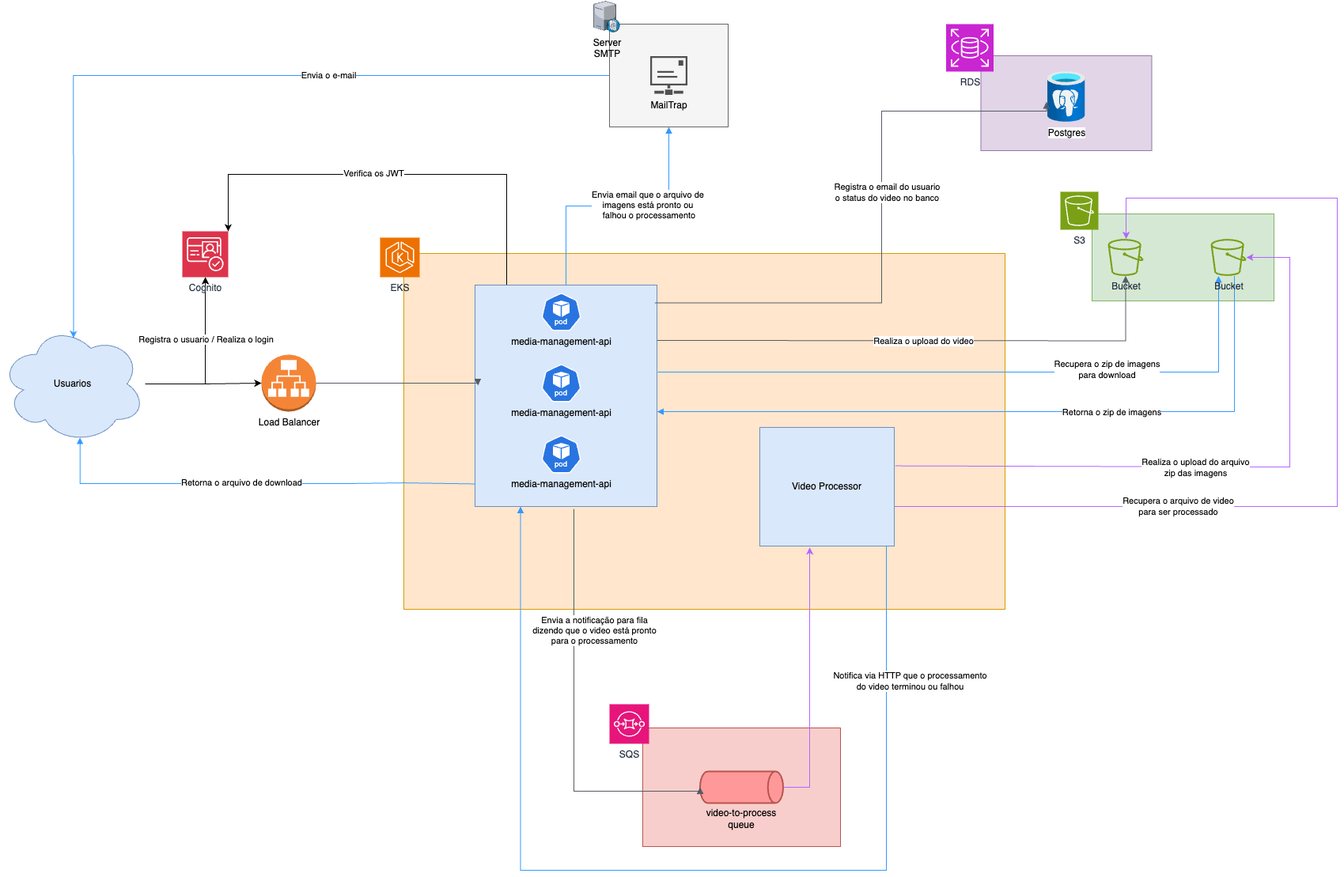
Before: docs/images/arquitetura.png, a diagram exported from draw.io (98Videos/media-management-api). Source tidied: cells renumbered, new cells last; positions are measured from the earlier drawing's top-left corner, leaving out a move shared by most shapes.
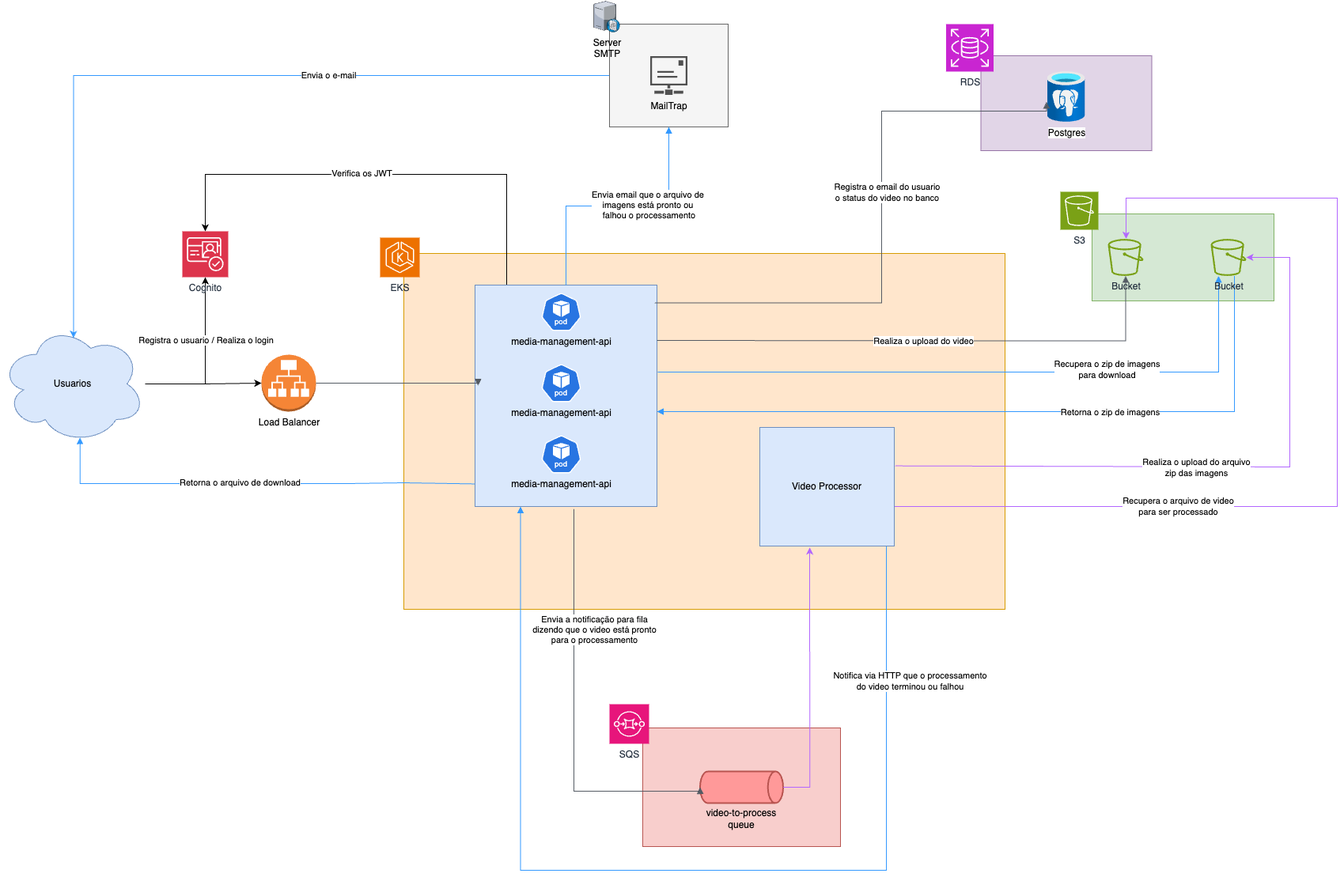
After the change.

Commit message:
Align arrow to cognito

What changed in the source:
```diff
@@ -8,11 +8,11 @@
     <mxCell id="3" value="EKS" style="sketch=0;fontColor=#232F3E;fillColor=#ED7100;strokeColor=#ffffff;dashed=0;verticalLabelPosition=bottom;verticalAlign=top;align=center;html=1;fontSize=12;fontStyle=0;shape=mxgraph.aws4.resourceIcon;resIcon=mxgraph.aws4.eks;" parent="1" vertex="1">
       <mxGeometry x="480" y="300" width="50" height="50" as="geometry" />
     </mxCell>
-    <mxCell id="4" style="edgeStyle=orthogonalEdgeStyle;rounded=0;jettySize=auto;html=1;entryX=1;entryY=0;entryDx=0;entryDy=0;entryPerimeter=0;" parent="1" edge="1" source="6" target="51">
+    <mxCell id="4" style="edgeStyle=orthogonalEdgeStyle;rounded=0;jettySize=auto;html=1;entryX=0.5;entryY=0;entryDx=0;entryDy=0;entryPerimeter=0;" parent="1" edge="1" source="6" target="51">
       <mxGeometry relative="1" as="geometry">
         <Array as="points">
           <mxPoint x="640" y="220" />
-          <mxPoint x="288" y="220" />
+          <mxPoint x="259" y="220" />
         </Array>
       </mxGeometry>
     </mxCell>
```
